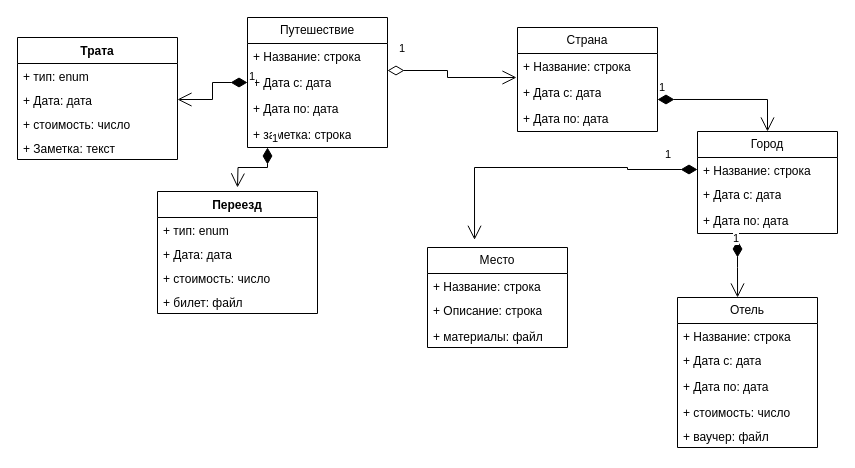
This is task_final/Trip plan.drawio from LiRay7/sal-rab-homeworks, a draw.io file, before an edit. Source tidied: cells renumbered, new cells numbered last; positions are measured from the earlier drawing's top-left corner, leaving out a move shared by most shapes. Both pictures are drawn from the tidied source at 100%, with x=0, y=0 at pixel (17, 17).
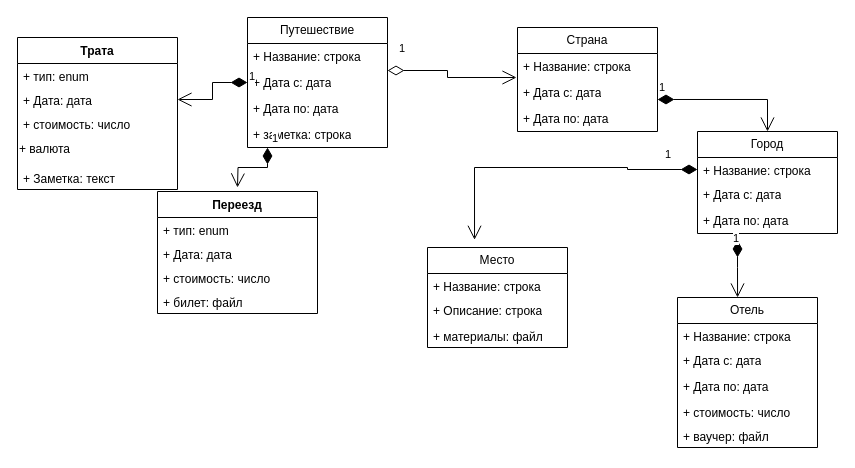
The same diagram, later.

Change to the diagram source:
```diff
@@
     <mxCell id="35" value="Трата" style="swimlane;fontStyle=1;align=center;verticalAlign=top;horizontal=1;startSize=26;whiteSpace=wrap;html=1;" parent="1" vertex="1">
-      <mxGeometry y="20" width="160" height="122" as="geometry" />
+      <mxGeometry y="20" width="160" height="152" as="geometry" />
     </mxCell>
@@
+    <mxCell id="41" value="+ валюта" style="text;whiteSpace=wrap;html=1;" parent="35" vertex="1">
+      <mxGeometry y="98" width="160" height="30" as="geometry" />
+    </mxCell>
     <mxCell id="39" value="+ Заметка: текст" style="text;strokeColor=none;fillColor=none;align=left;verticalAlign=top;spacingLeft=4;spacingRight=4;overflow=hidden;whiteSpace=wrap;html=1;" parent="35" vertex="1">
-      <mxGeometry y="98" width="160" height="24" as="geometry" />
+      <mxGeometry y="128" width="160" height="24" as="geometry" />
     </mxCell>
```
